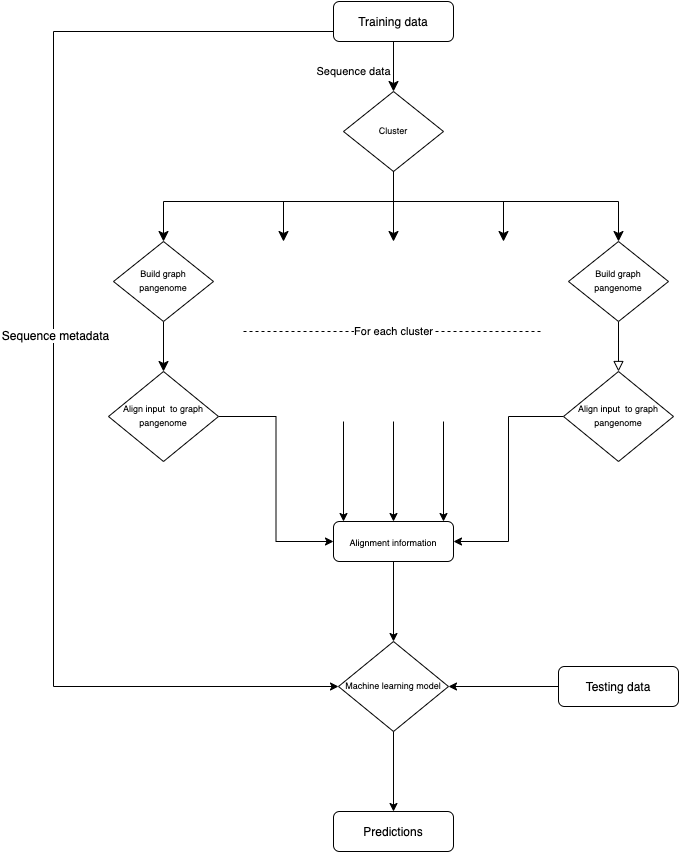
Earlier version of the draw.io export pipeline.png (collaborativebioinformatics/PanOriginSV). Source tidied: cells renumbered, new cells last; positions are measured from the earlier drawing's top-left corner, leaving out a move shared by most shapes.
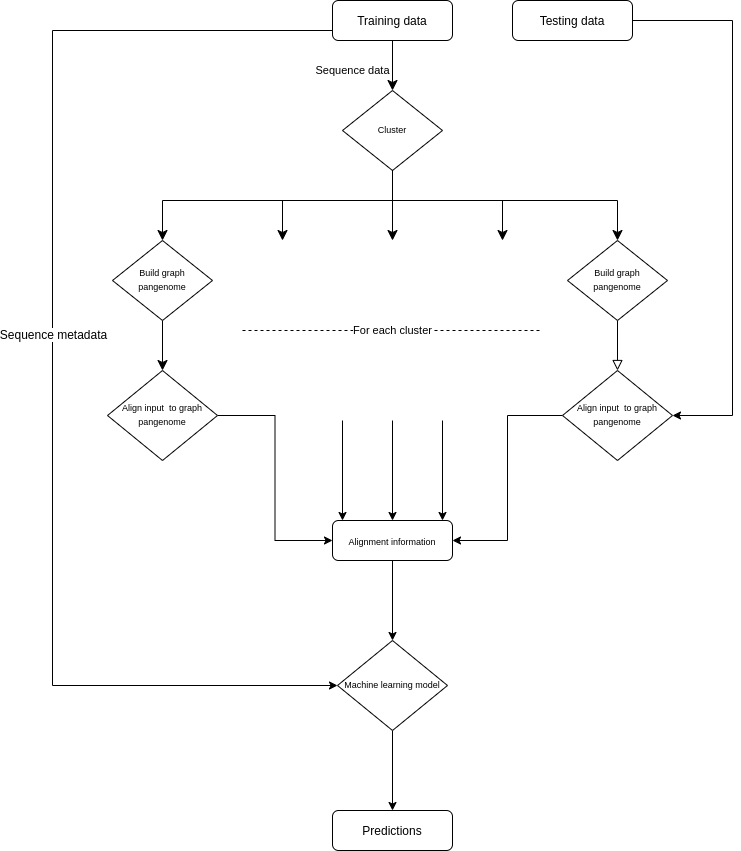
The same diagram one commit later.

Commit message:
update testing data

The edit, as a diff of the source:
```diff
@@ -1,11 +1,11 @@
 <mxGraphModel>
   <root>
-    <mxCell id="0" />
-    <mxCell id="1" parent="0" />
+    <mxCell id="31" />
+    <mxCell id="32" parent="31" />
-    <mxCell id="2" value="Sequence data" style="rounded=0;html=1;jettySize=auto;fontSize=11;endArrow=classic;endFill=1;endSize=8;strokeWidth=1;shadow=0;labelBackgroundColor=none;edgeStyle=orthogonalEdgeStyle;" parent="1" edge="1" source="5" target="7">
+    <mxCell id="2" value="Sequence data" style="rounded=0;html=1;jettySize=auto;fontSize=11;endArrow=classic;endFill=1;endSize=8;strokeWidth=1;shadow=0;labelBackgroundColor=none;edgeStyle=orthogonalEdgeStyle;" parent="32" edge="1" source="5" target="7">
       <mxGeometry x="0.2" y="-40" relative="1" as="geometry" />
     </mxCell>
-    <mxCell id="3" style="edgeStyle=orthogonalEdgeStyle;rounded=0;jettySize=auto;html=1;entryX=0;entryY=0.5;entryDx=0;entryDy=0;" parent="1" edge="1" source="5" target="21">
+    <mxCell id="3" style="edgeStyle=orthogonalEdgeStyle;rounded=0;jettySize=auto;html=1;entryX=0;entryY=0.5;entryDx=0;entryDy=0;" parent="32" edge="1" source="5" target="21">
       <mxGeometry relative="1" as="geometry">
         <Array as="points">
           <mxPoint y="30" />
@@ -16,10 +16,10 @@
     <mxCell id="4" value="Sequence metadata" style="text;html=1;align=center;verticalAlign=middle;labelBackgroundColor=#ffffff;" parent="3" vertex="1">
       <mxGeometry x="-0.04" y="1" relative="1" as="geometry" />
     </mxCell>
-    <mxCell id="5" value="Training data" style="rounded=1;whiteSpace=wrap;html=1;fontSize=12;glass=0;strokeWidth=1;shadow=0;" parent="1" vertex="1">
+    <mxCell id="5" value="Training data" style="rounded=1;whiteSpace=wrap;html=1;fontSize=12;glass=0;strokeWidth=1;shadow=0;" parent="32" vertex="1">
       <mxGeometry x="280" width="120" height="40" as="geometry" />
     </mxCell>
-    <mxCell id="6" style="rounded=0;html=1;jettySize=auto;fontSize=11;endArrow=classic;endFill=1;endSize=8;strokeWidth=1;shadow=0;labelBackgroundColor=none;edgeStyle=orthogonalEdgeStyle;exitX=0.5;exitY=1;exitDx=0;exitDy=0;" parent="1" edge="1" source="7" target="9">
+    <mxCell id="6" style="rounded=0;html=1;jettySize=auto;fontSize=11;endArrow=classic;endFill=1;endSize=8;strokeWidth=1;shadow=0;labelBackgroundColor=none;edgeStyle=orthogonalEdgeStyle;exitX=0.5;exitY=1;exitDx=0;exitDy=0;" parent="32" edge="1" source="7" target="9">
       <mxGeometry y="20" relative="1" as="geometry">
         <Array as="points">
           <mxPoint x="340" y="200" />
@@ -27,119 +27,124 @@
         </Array>
       </mxGeometry>
     </mxCell>
-    <mxCell id="7" value="&lt;font style=&quot;font-size: 9px&quot;&gt;Cluster&lt;/font&gt;" style="rhombus;whiteSpace=wrap;html=1;shadow=0;fontFamily=Helvetica;fontSize=12;align=center;strokeWidth=1;spacing=6;spacingTop=-4;" parent="1" vertex="1">
+    <mxCell id="7" value="&lt;font style=&quot;font-size: 9px&quot;&gt;Cluster&lt;/font&gt;" style="rhombus;whiteSpace=wrap;html=1;shadow=0;fontFamily=Helvetica;fontSize=12;align=center;strokeWidth=1;spacing=6;spacingTop=-4;" parent="32" vertex="1">
       <mxGeometry x="290" y="90" width="100" height="80" as="geometry" />
     </mxCell>
-    <mxCell id="8" style="rounded=0;html=1;jettySize=auto;fontSize=11;endArrow=classic;endFill=1;endSize=8;strokeWidth=1;shadow=0;labelBackgroundColor=none;edgeStyle=orthogonalEdgeStyle;" parent="1" edge="1" source="9">
-      <mxGeometry x="0.33" y="20" relative="1" as="geometry">
-        <mxPoint x="110" y="370" as="targetPoint" />
-      </mxGeometry>
-    </mxCell>
+    <mxCell id="33" style="rounded=0;html=1;jettySize=auto;fontSize=11;endArrow=classic;endFill=1;endSize=8;strokeWidth=1;shadow=0;labelBackgroundColor=none;edgeStyle=orthogonalEdgeStyle;" parent="32" edge="1" source="9">
+      <mxGeometry x="0.33" y="20" relative="1" as="geometry">
+        <mxPoint x="110" y="370" as="targetPoint" />
+      </mxGeometry>
+    </mxCell>
-    <mxCell id="9" value="&lt;font style=&quot;font-size: 9px&quot;&gt;Build graph pangenome&lt;/font&gt;" style="rhombus;whiteSpace=wrap;html=1;shadow=0;fontFamily=Helvetica;fontSize=12;align=center;strokeWidth=1;spacing=6;spacingTop=-4;" parent="1" vertex="1">
+    <mxCell id="9" value="&lt;font style=&quot;font-size: 9px&quot;&gt;Build graph pangenome&lt;/font&gt;" style="rhombus;whiteSpace=wrap;html=1;shadow=0;fontFamily=Helvetica;fontSize=12;align=center;strokeWidth=1;spacing=6;spacingTop=-4;" parent="32" vertex="1">
       <mxGeometry x="60" y="240" width="100" height="80" as="geometry" />
     </mxCell>
-    <mxCell id="10" style="edgeStyle=orthogonalEdgeStyle;rounded=0;jettySize=auto;html=1;entryX=0;entryY=0.5;entryDx=0;entryDy=0;" parent="1" edge="1" source="11" target="19">
+    <mxCell id="10" style="edgeStyle=orthogonalEdgeStyle;rounded=0;jettySize=auto;html=1;entryX=0;entryY=0.5;entryDx=0;entryDy=0;" parent="32" edge="1" source="11" target="19">
       <mxGeometry relative="1" as="geometry" />
     </mxCell>
-    <mxCell id="11" value="&lt;font style=&quot;font-size: 9px&quot;&gt;Align input&amp;nbsp; to graph pangenome&lt;/font&gt;" style="rhombus;whiteSpace=wrap;html=1;shadow=0;fontFamily=Helvetica;fontSize=12;align=center;strokeWidth=1;spacing=6;spacingTop=-4;" parent="1" vertex="1">
+    <mxCell id="11" value="&lt;font style=&quot;font-size: 9px&quot;&gt;Align input&amp;nbsp; to graph pangenome&lt;/font&gt;" style="rhombus;whiteSpace=wrap;html=1;shadow=0;fontFamily=Helvetica;fontSize=12;align=center;strokeWidth=1;spacing=6;spacingTop=-4;" parent="32" vertex="1">
       <mxGeometry x="55" y="370" width="110" height="90" as="geometry" />
     </mxCell>
-    <mxCell id="12" value="For each cluster" style="endArrow=none;dashed=1;html=1;" parent="1" edge="1">
+    <mxCell id="12" value="For each cluster" style="endArrow=none;dashed=1;html=1;" parent="32" edge="1">
       <mxGeometry relative="1" as="geometry">
         <mxPoint x="190" y="330" as="sourcePoint" />
         <mxPoint x="490" y="330" as="targetPoint" />
       </mxGeometry>
     </mxCell>
-    <mxCell id="13" style="edgeStyle=orthogonalEdgeStyle;rounded=0;jettySize=auto;html=1;entryX=1;entryY=0.5;entryDx=0;entryDy=0;" parent="1" edge="1" source="14" target="19">
+    <mxCell id="13" style="edgeStyle=orthogonalEdgeStyle;rounded=0;jettySize=auto;html=1;entryX=1;entryY=0.5;entryDx=0;entryDy=0;" parent="32" edge="1" source="14" target="19">
       <mxGeometry relative="1" as="geometry" />
     </mxCell>
-    <mxCell id="14" value="&lt;font style=&quot;font-size: 9px&quot;&gt;Align input&amp;nbsp; to graph pangenome&lt;/font&gt;" style="rhombus;whiteSpace=wrap;html=1;shadow=0;fontFamily=Helvetica;fontSize=12;align=center;strokeWidth=1;spacing=6;spacingTop=-4;" parent="1" vertex="1">
+    <mxCell id="14" value="&lt;font style=&quot;font-size: 9px&quot;&gt;Align input&amp;nbsp; to graph pangenome&lt;/font&gt;" style="rhombus;whiteSpace=wrap;html=1;shadow=0;fontFamily=Helvetica;fontSize=12;align=center;strokeWidth=1;spacing=6;spacingTop=-4;" parent="32" vertex="1">
       <mxGeometry x="510" y="370" width="110" height="90" as="geometry" />
     </mxCell>
-    <mxCell id="15" style="rounded=0;html=1;jettySize=auto;fontSize=11;endArrow=block;endFill=0;endSize=8;strokeWidth=1;shadow=0;labelBackgroundColor=none;edgeStyle=orthogonalEdgeStyle;" parent="1" edge="1" source="16">
-      <mxGeometry x="0.33" y="20" relative="1" as="geometry">
-        <mxPoint x="565" y="370" as="targetPoint" />
-      </mxGeometry>
-    </mxCell>
+    <mxCell id="34" style="rounded=0;html=1;jettySize=auto;fontSize=11;endArrow=block;endFill=0;endSize=8;strokeWidth=1;shadow=0;labelBackgroundColor=none;edgeStyle=orthogonalEdgeStyle;" parent="32" edge="1" source="16">
+      <mxGeometry x="0.33" y="20" relative="1" as="geometry">
+        <mxPoint x="565" y="370" as="targetPoint" />
+      </mxGeometry>
+    </mxCell>
-    <mxCell id="16" value="&lt;font style=&quot;font-size: 9px&quot;&gt;Build graph pangenome&lt;/font&gt;" style="rhombus;whiteSpace=wrap;html=1;shadow=0;fontFamily=Helvetica;fontSize=12;align=center;strokeWidth=1;spacing=6;spacingTop=-4;" parent="1" vertex="1">
+    <mxCell id="16" value="&lt;font style=&quot;font-size: 9px&quot;&gt;Build graph pangenome&lt;/font&gt;" style="rhombus;whiteSpace=wrap;html=1;shadow=0;fontFamily=Helvetica;fontSize=12;align=center;strokeWidth=1;spacing=6;spacingTop=-4;" parent="32" vertex="1">
       <mxGeometry x="515" y="240" width="100" height="80" as="geometry" />
     </mxCell>
-    <mxCell id="17" style="rounded=0;html=1;jettySize=auto;fontSize=11;endArrow=classic;endFill=1;endSize=8;strokeWidth=1;shadow=0;labelBackgroundColor=none;edgeStyle=orthogonalEdgeStyle;entryX=0.5;entryY=0;entryDx=0;entryDy=0;" parent="1" edge="1" target="16">
-      <mxGeometry y="20" relative="1" as="geometry">
-        <mxPoint x="340" y="170" as="sourcePoint" />
-        <Array as="points">
-          <mxPoint x="340" y="200" />
-          <mxPoint x="565" y="200" />
-        </Array>
-      </mxGeometry>
-    </mxCell>
+    <mxCell id="35" style="rounded=0;html=1;jettySize=auto;fontSize=11;endArrow=classic;endFill=1;endSize=8;strokeWidth=1;shadow=0;labelBackgroundColor=none;edgeStyle=orthogonalEdgeStyle;entryX=0.5;entryY=0;entryDx=0;entryDy=0;" parent="32" edge="1" target="16">
+      <mxGeometry y="20" relative="1" as="geometry">
+        <mxPoint x="340" y="170" as="sourcePoint" />
+        <Array as="points">
+          <mxPoint x="340" y="200" />
+          <mxPoint x="565" y="200" />
+        </Array>
+      </mxGeometry>
+    </mxCell>
-    <mxCell id="18" style="edgeStyle=orthogonalEdgeStyle;rounded=0;jettySize=auto;html=1;entryX=0.5;entryY=0;entryDx=0;entryDy=0;" parent="1" edge="1" source="19" target="21">
+    <mxCell id="18" style="edgeStyle=orthogonalEdgeStyle;rounded=0;jettySize=auto;html=1;entryX=0.5;entryY=0;entryDx=0;entryDy=0;" parent="32" edge="1" source="19" target="21">
       <mxGeometry relative="1" as="geometry" />
     </mxCell>
-    <mxCell id="19" value="&lt;font style=&quot;font-size: 9px&quot;&gt;Alignment information&lt;/font&gt;" style="rounded=1;whiteSpace=wrap;html=1;fontSize=12;glass=0;strokeWidth=1;shadow=0;" parent="1" vertex="1">
+    <mxCell id="19" value="&lt;font style=&quot;font-size: 9px&quot;&gt;Alignment information&lt;/font&gt;" style="rounded=1;whiteSpace=wrap;html=1;fontSize=12;glass=0;strokeWidth=1;shadow=0;" parent="32" vertex="1">
       <mxGeometry x="280" y="520" width="120" height="40" as="geometry" />
     </mxCell>
-    <mxCell id="20" style="edgeStyle=orthogonalEdgeStyle;rounded=0;jettySize=auto;html=1;endArrow=classic;endFill=1;" parent="1" edge="1" source="21" target="30">
+    <mxCell id="20" style="edgeStyle=orthogonalEdgeStyle;rounded=0;jettySize=auto;html=1;endArrow=classic;endFill=1;" parent="32" edge="1" source="21" target="30">
       <mxGeometry relative="1" as="geometry" />
     </mxCell>
-    <mxCell id="21" value="&lt;font style=&quot;font-size: 9px&quot;&gt;Machine learning model&lt;/font&gt;" style="rhombus;whiteSpace=wrap;html=1;shadow=0;fontFamily=Helvetica;fontSize=12;align=center;strokeWidth=1;spacing=6;spacingTop=-4;" parent="1" vertex="1">
+    <mxCell id="21" value="&lt;font style=&quot;font-size: 9px&quot;&gt;Machine learning model&lt;/font&gt;" style="rhombus;whiteSpace=wrap;html=1;shadow=0;fontFamily=Helvetica;fontSize=12;align=center;strokeWidth=1;spacing=6;spacingTop=-4;" parent="32" vertex="1">
       <mxGeometry x="285" y="640" width="110" height="90" as="geometry" />
     </mxCell>
-    <mxCell id="22" style="rounded=0;html=1;jettySize=auto;orthogonalLoop=1;fontSize=11;endArrow=classic;endFill=1;endSize=8;strokeWidth=1;shadow=0;labelBackgroundColor=none;edgeStyle=orthogonalEdgeStyle;" parent="1" edge="1">
-      <mxGeometry y="20" relative="1" as="geometry">
-        <mxPoint x="340" y="170" as="sourcePoint" />
-        <mxPoint x="450" y="240" as="targetPoint" />
-        <Array as="points">
-          <mxPoint x="340" y="200" />
-          <mxPoint x="450" y="200" />
-        </Array>
-      </mxGeometry>
-    </mxCell>
-    <mxCell id="23" style="rounded=0;html=1;jettySize=auto;orthogonalLoop=1;fontSize=11;endArrow=classic;endFill=1;endSize=8;strokeWidth=1;shadow=0;labelBackgroundColor=none;edgeStyle=orthogonalEdgeStyle;" parent="1" edge="1">
-      <mxGeometry y="20" relative="1" as="geometry">
-        <mxPoint x="340" y="170" as="sourcePoint" />
-        <mxPoint x="230" y="240" as="targetPoint" />
-        <Array as="points">
-          <mxPoint x="340" y="200" />
-          <mxPoint x="230" y="200" />
-        </Array>
-      </mxGeometry>
-    </mxCell>
-    <mxCell id="24" style="rounded=0;html=1;jettySize=auto;orthogonalLoop=1;fontSize=11;endArrow=classic;endFill=1;endSize=8;strokeWidth=1;shadow=0;labelBackgroundColor=none;edgeStyle=orthogonalEdgeStyle;" parent="1" edge="1">
-      <mxGeometry y="20" relative="1" as="geometry">
-        <mxPoint x="340" y="170" as="sourcePoint" />
-        <mxPoint x="340" y="240" as="targetPoint" />
-        <Array as="points">
-          <mxPoint x="340" y="200" />
-          <mxPoint x="340" y="200" />
-        </Array>
-      </mxGeometry>
-    </mxCell>
-    <mxCell id="25" style="endArrow=classic;html=1;" parent="1" edge="1">
-      <mxGeometry relative="1" as="geometry">
-        <mxPoint x="290" y="420" as="sourcePoint" />
-        <mxPoint x="290" y="520" as="targetPoint" />
-      </mxGeometry>
-    </mxCell>
-    <mxCell id="26" style="endArrow=classic;html=1;" parent="1" edge="1">
-      <mxGeometry relative="1" as="geometry">
-        <mxPoint x="340" y="420" as="sourcePoint" />
-        <mxPoint x="340" y="520" as="targetPoint" />
-      </mxGeometry>
-    </mxCell>
-    <mxCell id="27" style="endArrow=classic;html=1;" parent="1" edge="1">
-      <mxGeometry relative="1" as="geometry">
-        <mxPoint x="390" y="420" as="sourcePoint" />
-        <mxPoint x="390" y="520" as="targetPoint" />
-      </mxGeometry>
-    </mxCell>
-    <mxCell id="28" style="edgeStyle=orthogonalEdgeStyle;rounded=0;jettySize=auto;html=1;entryX=1;entryY=0.5;entryDx=0;entryDy=0;" parent="1" edge="1" source="29" target="21">
-      <mxGeometry relative="1" as="geometry" />
-    </mxCell>
+    <mxCell id="36" style="rounded=0;html=1;jettySize=auto;orthogonalLoop=1;fontSize=11;endArrow=classic;endFill=1;endSize=8;strokeWidth=1;shadow=0;labelBackgroundColor=none;edgeStyle=orthogonalEdgeStyle;" parent="32" edge="1">
+      <mxGeometry y="20" relative="1" as="geometry">
+        <mxPoint x="340" y="170" as="sourcePoint" />
+        <mxPoint x="450" y="240" as="targetPoint" />
+        <Array as="points">
+          <mxPoint x="340" y="200" />
+          <mxPoint x="450" y="200" />
+        </Array>
+      </mxGeometry>
+    </mxCell>
+    <mxCell id="37" style="rounded=0;html=1;jettySize=auto;orthogonalLoop=1;fontSize=11;endArrow=classic;endFill=1;endSize=8;strokeWidth=1;shadow=0;labelBackgroundColor=none;edgeStyle=orthogonalEdgeStyle;" parent="32" edge="1">
+      <mxGeometry y="20" relative="1" as="geometry">
+        <mxPoint x="340" y="170" as="sourcePoint" />
+        <mxPoint x="230" y="240" as="targetPoint" />
+        <Array as="points">
+          <mxPoint x="340" y="200" />
+          <mxPoint x="230" y="200" />
+        </Array>
+      </mxGeometry>
+    </mxCell>
+    <mxCell id="38" style="rounded=0;html=1;jettySize=auto;orthogonalLoop=1;fontSize=11;endArrow=classic;endFill=1;endSize=8;strokeWidth=1;shadow=0;labelBackgroundColor=none;edgeStyle=orthogonalEdgeStyle;" parent="32" edge="1">
+      <mxGeometry y="20" relative="1" as="geometry">
+        <mxPoint x="340" y="170" as="sourcePoint" />
+        <mxPoint x="340" y="240" as="targetPoint" />
+        <Array as="points">
+          <mxPoint x="340" y="200" />
+          <mxPoint x="340" y="200" />
+        </Array>
+      </mxGeometry>
+    </mxCell>
+    <mxCell id="39" style="endArrow=classic;html=1;" parent="32" edge="1">
+      <mxGeometry relative="1" as="geometry">
+        <mxPoint x="290" y="420" as="sourcePoint" />
+        <mxPoint x="290" y="520" as="targetPoint" />
+      </mxGeometry>
+    </mxCell>
+    <mxCell id="40" style="endArrow=classic;html=1;" parent="32" edge="1">
+      <mxGeometry relative="1" as="geometry">
+        <mxPoint x="340" y="420" as="sourcePoint" />
+        <mxPoint x="340" y="520" as="targetPoint" />
+      </mxGeometry>
+    </mxCell>
+    <mxCell id="41" style="endArrow=classic;html=1;" parent="32" edge="1">
+      <mxGeometry relative="1" as="geometry">
+        <mxPoint x="390" y="420" as="sourcePoint" />
+        <mxPoint x="390" y="520" as="targetPoint" />
+      </mxGeometry>
+    </mxCell>
+    <mxCell id="42" style="edgeStyle=orthogonalEdgeStyle;rounded=0;jettySize=auto;html=1;entryX=1;entryY=0.5;entryDx=0;entryDy=0;" parent="32" edge="1" source="29" target="14">
+      <mxGeometry relative="1" as="geometry">
+        <Array as="points">
+          <mxPoint x="680" y="20" />
+          <mxPoint x="680" y="415" />
+        </Array>
+      </mxGeometry>
+    </mxCell>
-    <mxCell id="29" value="Testing data" style="rounded=1;whiteSpace=wrap;html=1;fontSize=12;glass=0;strokeWidth=1;shadow=0;" parent="1" vertex="1">
-      <mxGeometry x="505" y="665" width="120" height="40" as="geometry" />
+    <mxCell id="29" value="Testing data" style="rounded=1;whiteSpace=wrap;html=1;fontSize=12;glass=0;strokeWidth=1;shadow=0;" parent="32" vertex="1">
+      <mxGeometry x="460" width="120" height="40" as="geometry" />
     </mxCell>
-    <mxCell id="30" value="Predictions" style="rounded=1;whiteSpace=wrap;html=1;fontSize=12;glass=0;strokeWidth=1;shadow=0;" parent="1" vertex="1">
+    <mxCell id="30" value="Predictions" style="rounded=1;whiteSpace=wrap;html=1;fontSize=12;glass=0;strokeWidth=1;shadow=0;" parent="32" vertex="1">
       <mxGeometry x="280" y="810" width="120" height="40" as="geometry" />
     </mxCell>
   </root>
```
